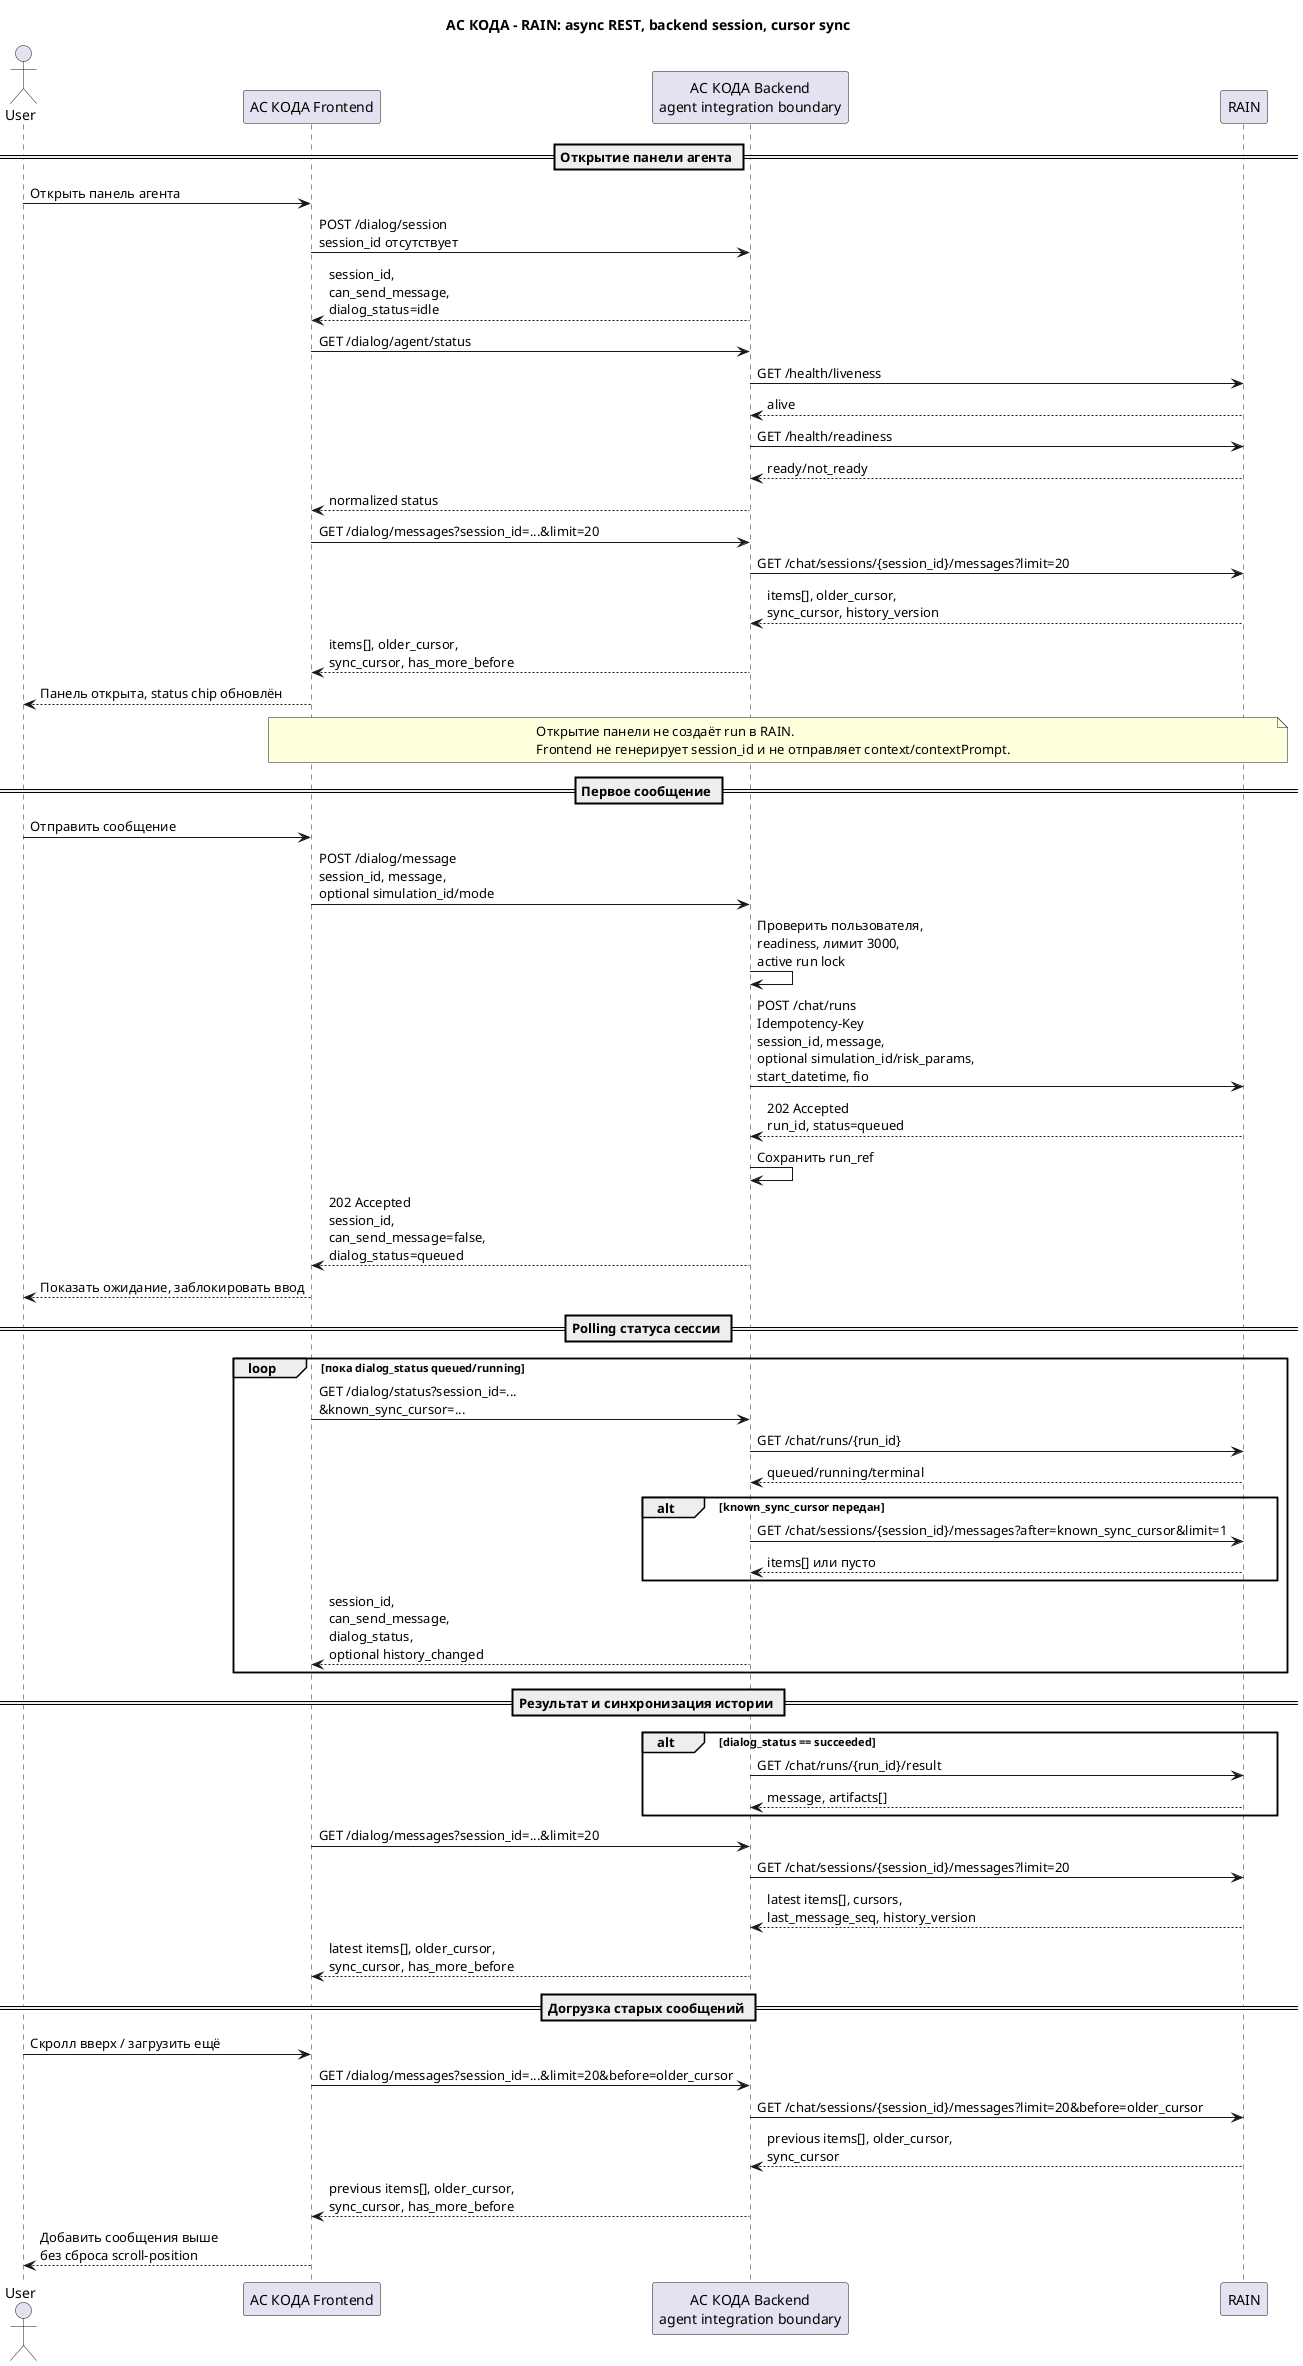
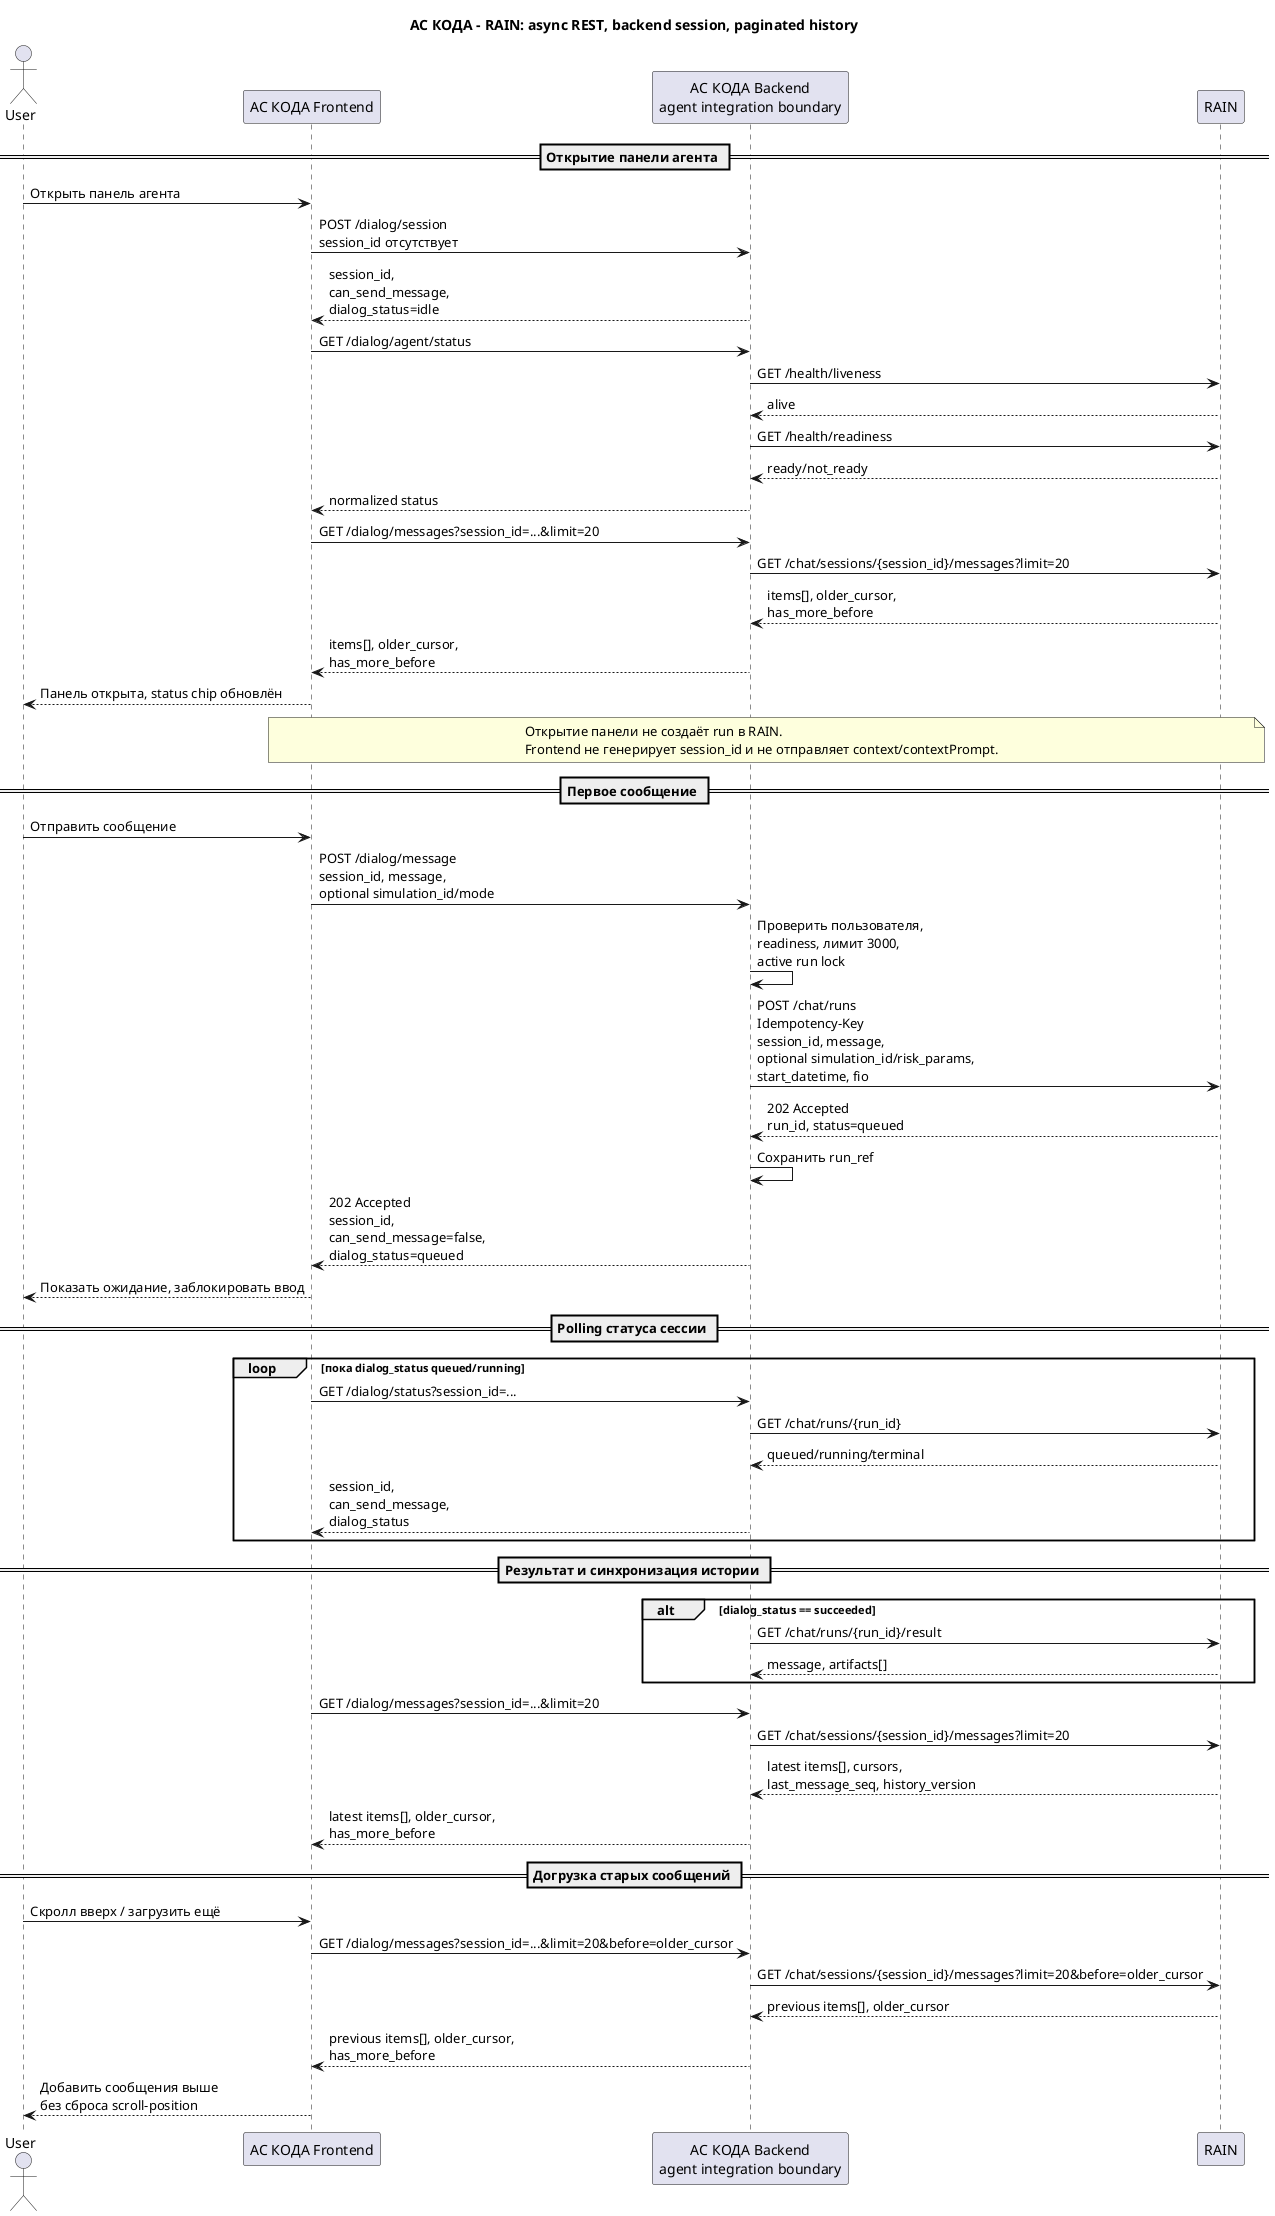
@startuml
- title АС КОДА - RAIN: async REST, backend session, cursor sync
+ title АС КОДА - RAIN: async REST, backend session, paginated history

actor User as U
participant "АС КОДА Frontend" as FE
participant "АС КОДА Backend\nagent integration boundary" as BE
participant "RAIN" as RAIN

== Открытие панели агента ==
U -> FE: Открыть панель агента
FE -> BE: POST /dialog/session\nsession_id отсутствует
BE --> FE: session_id,\ncan_send_message,\ndialog_status=idle
FE -> BE: GET /dialog/agent/status
BE -> RAIN: GET /health/liveness
RAIN --> BE: alive
BE -> RAIN: GET /health/readiness
RAIN --> BE: ready/not_ready
BE --> FE: normalized status
FE -> BE: GET /dialog/messages?session_id=...&limit=20
BE -> RAIN: GET /chat/sessions/{session_id}/messages?limit=20
- RAIN --> BE: items[], older_cursor,\nsync_cursor, history_version
- BE --> FE: items[], older_cursor,\nsync_cursor, has_more_before
+ RAIN --> BE: items[], older_cursor,\nhas_more_before
+ BE --> FE: items[], older_cursor,\nhas_more_before
FE --> U: Панель открыта, status chip обновлён

note over FE,RAIN
Открытие панели не создаёт run в RAIN.
Frontend не генерирует session_id и не отправляет context/contextPrompt.
end note

== Первое сообщение ==
U -> FE: Отправить сообщение
FE -> BE: POST /dialog/message\nsession_id, message,\noptional simulation_id/mode
BE -> BE: Проверить пользователя,\nreadiness, лимит 3000,\nactive run lock
BE -> RAIN: POST /chat/runs\nIdempotency-Key\nsession_id, message,\noptional simulation_id/risk_params,\nstart_datetime, fio
RAIN --> BE: 202 Accepted\nrun_id, status=queued
BE -> BE: Сохранить run_ref
BE --> FE: 202 Accepted\nsession_id,\ncan_send_message=false,\ndialog_status=queued
FE --> U: Показать ожидание, заблокировать ввод

== Polling статуса сессии ==
loop пока dialog_status queued/running
-   FE -> BE: GET /dialog/status?session_id=...\n&known_sync_cursor=...
+   FE -> BE: GET /dialog/status?session_id=...
  BE -> RAIN: GET /chat/runs/{run_id}
  RAIN --> BE: queued/running/terminal
-   alt known_sync_cursor передан
-     BE -> RAIN: GET /chat/sessions/{session_id}/messages?after=known_sync_cursor&limit=1
-     RAIN --> BE: items[] или пусто
-   end
-   BE --> FE: session_id,\ncan_send_message,\ndialog_status,\noptional history_changed
+   BE --> FE: session_id,\ncan_send_message,\ndialog_status
end

== Результат и синхронизация истории ==
alt dialog_status == succeeded
  BE -> RAIN: GET /chat/runs/{run_id}/result
  RAIN --> BE: message, artifacts[]
end

FE -> BE: GET /dialog/messages?session_id=...&limit=20
BE -> RAIN: GET /chat/sessions/{session_id}/messages?limit=20
RAIN --> BE: latest items[], cursors,\nlast_message_seq, history_version
- BE --> FE: latest items[], older_cursor,\nsync_cursor, has_more_before
+ BE --> FE: latest items[], older_cursor,\nhas_more_before

== Догрузка старых сообщений ==
U -> FE: Скролл вверх / загрузить ещё
FE -> BE: GET /dialog/messages?session_id=...&limit=20&before=older_cursor
BE -> RAIN: GET /chat/sessions/{session_id}/messages?limit=20&before=older_cursor
- RAIN --> BE: previous items[], older_cursor,\nsync_cursor
- BE --> FE: previous items[], older_cursor,\nsync_cursor, has_more_before
+ RAIN --> BE: previous items[], older_cursor
+ BE --> FE: previous items[], older_cursor,\nhas_more_before
FE --> U: Добавить сообщения выше\nбез сброса scroll-position
@enduml
